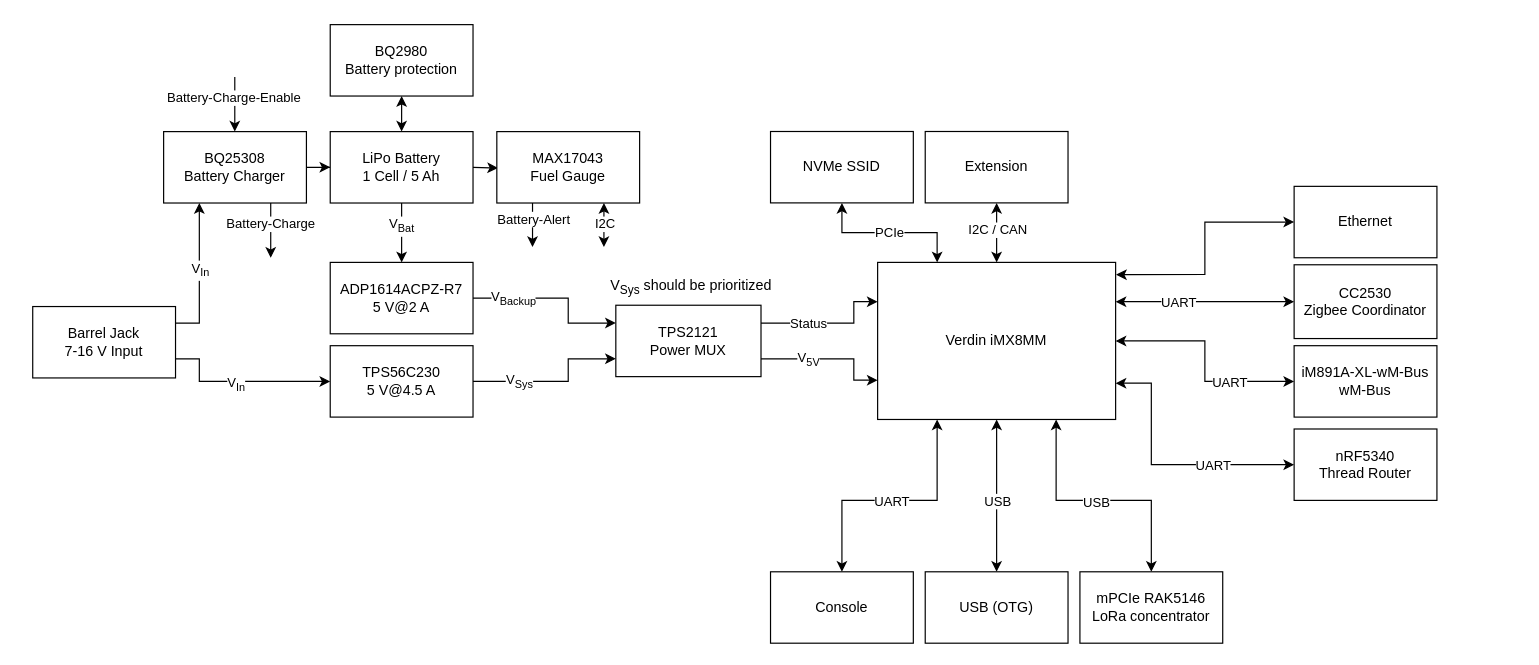
This is docs/IoT-Gateway.drawio from Kampi/IoT-Gateway, a draw.io file, before an edit. Source tidied: cells renumbered, new cells numbered last; positions are measured from the earlier drawing's top-left corner, leaving out a move shared by most shapes. Both pictures are drawn from the tidied source at 119%, with x=0, y=0 at pixel (32, 24).
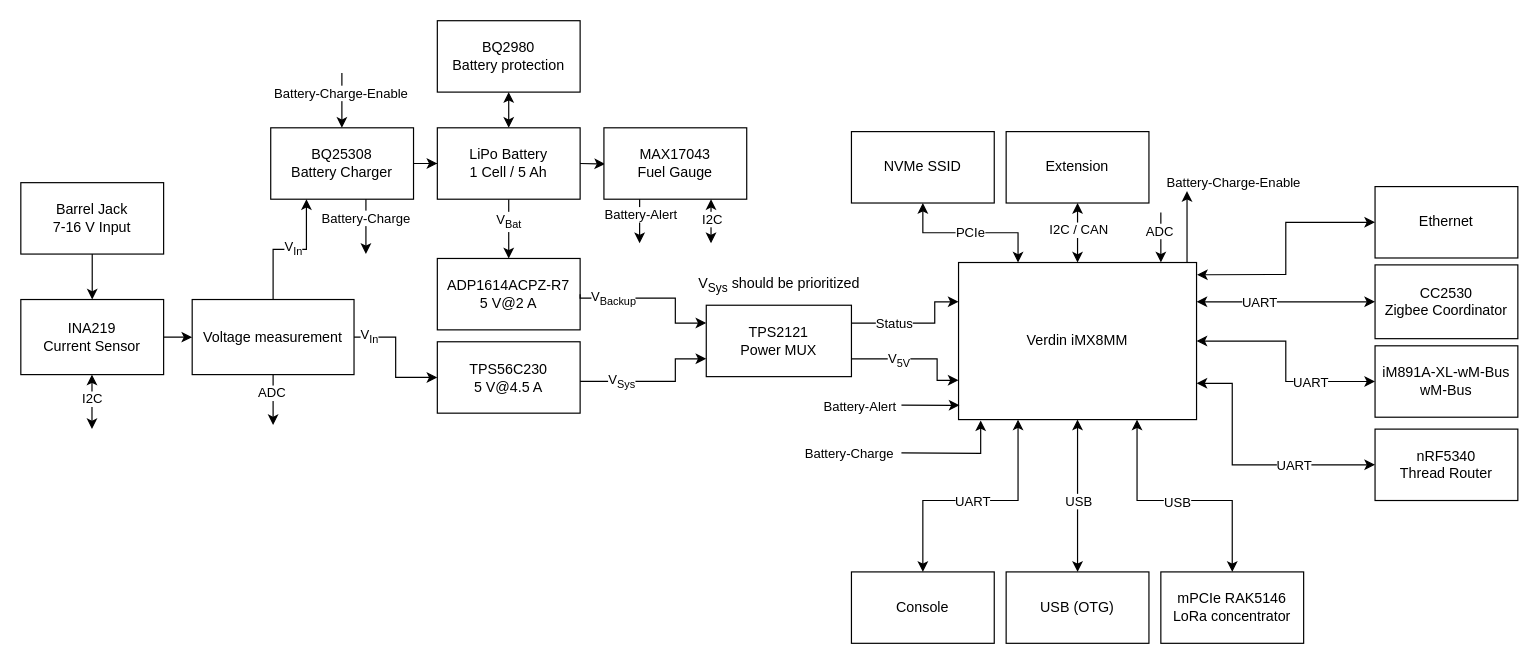
Above is the later version.

What changed in the source:
```diff
@@
     <mxCell id="2" style="edgeStyle=orthogonalEdgeStyle;rounded=0;jettySize=auto;html=1;entryX=0.5;entryY=0;entryDx=0;entryDy=0;startArrow=classic;startFill=1;exitX=0.75;exitY=1;exitDx=0;exitDy=0;" parent="1" edge="1" source="11" target="15">
       <mxGeometry relative="1" as="geometry">
         <Array as="points">
-          <mxPoint x="860" y="400" />
-          <mxPoint x="940" y="400" />
+          <mxPoint x="928" y="400.1" />
+          <mxPoint x="1008" y="400.1" />
         </Array>
       </mxGeometry>
     </mxCell>
@@
     <mxCell id="4" style="edgeStyle=orthogonalEdgeStyle;rounded=0;jettySize=auto;html=1;exitX=1.002;exitY=0.078;exitDx=0;exitDy=0;entryX=0;entryY=0.5;entryDx=0;entryDy=0;startArrow=classic;startFill=1;exitPerimeter=0;" parent="1" edge="1" source="11" target="18">
       <mxGeometry relative="1" as="geometry">
         <Array as="points">
-          <mxPoint x="920" y="210" />
-          <mxPoint x="985" y="210" />
-          <mxPoint x="985" y="166" />
+          <mxPoint x="988" y="210.1" />
+          <mxPoint x="1053" y="210.1" />
+          <mxPoint x="1053" y="166.1" />
         </Array>
       </mxGeometry>
     </mxCell>
     <mxCell id="5" style="edgeStyle=orthogonalEdgeStyle;rounded=0;jettySize=auto;html=1;exitX=1;exitY=0.25;exitDx=0;exitDy=0;entryX=0;entryY=0.5;entryDx=0;entryDy=0;startArrow=classic;startFill=1;" parent="1" edge="1" source="11" target="16">
       <mxGeometry relative="1" as="geometry">
         <Array as="points">
-          <mxPoint x="970" y="233" />
-          <mxPoint x="970" y="233" />
+          <mxPoint x="1038" y="233.1" />
+          <mxPoint x="1038" y="233.1" />
         </Array>
       </mxGeometry>
     </mxCell>
@@
     <mxCell id="7" style="edgeStyle=orthogonalEdgeStyle;rounded=0;jettySize=auto;html=1;exitX=1;exitY=0.5;exitDx=0;exitDy=0;startArrow=classic;startFill=1;entryX=0;entryY=0.5;entryDx=0;entryDy=0;" parent="1" edge="1" source="11" target="22">
       <mxGeometry relative="1" as="geometry">
         <Array as="points">
-          <mxPoint x="985" y="266" />
-          <mxPoint x="985" y="300" />
+          <mxPoint x="1053" y="266.1" />
+          <mxPoint x="1053" y="300.1" />
         </Array>
       </mxGeometry>
     </mxCell>
@@
     <mxCell id="11" value="Verdin iMX8MM" style="rounded=0;whiteSpace=wrap;html=1;strokeWidth=1;" parent="1" vertex="1">
-      <mxGeometry x="710" y="200" width="200" height="132" as="geometry" />
+      <mxGeometry x="778" y="200.1" width="200" height="132" as="geometry" />
     </mxCell>
@@
     <mxCell id="14" value="NVMe SSID" style="rounded=0;whiteSpace=wrap;html=1;strokeWidth=1;" parent="1" vertex="1">
-      <mxGeometry x="620" y="90" width="120" height="60" as="geometry" />
+      <mxGeometry x="688" y="90.1" width="120" height="60" as="geometry" />
     </mxCell>
     <mxCell id="15" value="mPCIe RAK5146&lt;br&gt;LoRa concentrator" style="rounded=0;whiteSpace=wrap;html=1;strokeWidth=1;" parent="1" vertex="1">
-      <mxGeometry x="880" y="460" width="120" height="60" as="geometry" />
+      <mxGeometry x="948" y="460.1" width="120" height="60" as="geometry" />
     </mxCell>
     <mxCell id="16" value="CC2530&lt;br&gt;Zigbee Coordinator" style="rounded=0;whiteSpace=wrap;html=1;strokeWidth=1;" parent="1" vertex="1">
-      <mxGeometry x="1060" y="202" width="120" height="62" as="geometry" />
+      <mxGeometry x="1128" y="202.1" width="120" height="62" as="geometry" />
     </mxCell>
     <mxCell id="17" value="nRF5340&lt;br&gt;Thread Router" style="rounded=0;whiteSpace=wrap;html=1;strokeWidth=1;" parent="1" vertex="1">
-      <mxGeometry x="1060" y="340" width="120" height="60" as="geometry" />
+      <mxGeometry x="1128" y="340.1" width="120" height="60" as="geometry" />
     </mxCell>
     <mxCell id="18" value="Ethernet" style="rounded=0;whiteSpace=wrap;html=1;strokeWidth=1;" parent="1" vertex="1">
-      <mxGeometry x="1060" y="136.1" width="120" height="60" as="geometry" />
+      <mxGeometry x="1128" y="136.3" width="120" height="60" as="geometry" />
     </mxCell>
@@
     <mxCell id="21" value="USB (OTG)" style="rounded=0;whiteSpace=wrap;html=1;strokeWidth=1;" parent="1" vertex="1">
-      <mxGeometry x="750" y="460" width="120" height="60" as="geometry" />
+      <mxGeometry x="818" y="460.1" width="120" height="60" as="geometry" />
     </mxCell>
     <mxCell id="22" value="iM891A-XL-wM-Bus&lt;br&gt;wM-Bus" style="rounded=0;whiteSpace=wrap;html=1;strokeWidth=1;" parent="1" vertex="1">
-      <mxGeometry x="1060" y="270" width="120" height="60" as="geometry" />
+      <mxGeometry x="1128" y="270.1" width="120" height="60" as="geometry" />
     </mxCell>
     <mxCell id="23" value="Console" style="rounded=0;whiteSpace=wrap;html=1;strokeWidth=1;" parent="1" vertex="1">
-      <mxGeometry x="620" y="460" width="120" height="60" as="geometry" />
+      <mxGeometry x="688" y="460.1" width="120" height="60" as="geometry" />
     </mxCell>
@@
     <mxCell id="25" value="BQ25308&lt;br&gt;Battery Charger" style="rounded=0;whiteSpace=wrap;html=1;" parent="1" vertex="1">
-      <mxGeometry x="110" y="90.1" width="120" height="60" as="geometry" />
+      <mxGeometry x="200" y="86.9" width="120" height="60" as="geometry" />
     </mxCell>
@@
     <mxCell id="29" value="LiPo Battery&lt;div&gt;1 Cell / 5 Ah&lt;/div&gt;" style="rounded=0;whiteSpace=wrap;html=1;" parent="1" vertex="1">
-      <mxGeometry x="250" y="90.1" width="120" height="60" as="geometry" />
+      <mxGeometry x="340" y="86.9" width="120" height="60" as="geometry" />
     </mxCell>
-    <mxCell id="30" style="edgeStyle=orthogonalEdgeStyle;rounded=0;jettySize=auto;html=1;entryX=0;entryY=0.5;entryDx=0;entryDy=0;exitX=1;exitY=0.75;exitDx=0;exitDy=0;" parent="1" edge="1" target="35">
-      <mxGeometry relative="1" as="geometry">
-        <mxPoint x="120" y="281.1" as="sourcePoint" />
-        <Array as="points">
-          <mxPoint x="140" y="281" />
-          <mxPoint x="140" y="300" />
-        </Array>
-      </mxGeometry>
-    </mxCell>
-    <mxCell id="31" value="V&lt;sub&gt;In&lt;/sub&gt;" style="edgeLabel;html=1;align=center;verticalAlign=middle;" parent="30" vertex="1">
-      <mxGeometry x="-0.63" relative="1" as="geometry">
-        <mxPoint x="30" y="13" as="offset" />
-      </mxGeometry>
-    </mxCell>
     <mxCell id="32" style="edgeStyle=orthogonalEdgeStyle;rounded=0;jettySize=auto;html=1;" parent="1" edge="1" target="43">
       <mxGeometry relative="1" as="geometry">
-        <mxPoint x="370" y="120.2" as="sourcePoint" />
+        <mxPoint x="460" y="116.9" as="sourcePoint" />
       </mxGeometry>
     </mxCell>
     <mxCell id="33" value="BQ2980&lt;br&gt;Battery protection" style="rounded=0;whiteSpace=wrap;html=1;" parent="1" vertex="1">
-      <mxGeometry x="250" y="0.2" width="120" height="60" as="geometry" />
+      <mxGeometry x="340" y="-3.1" width="120" height="60" as="geometry" />
     </mxCell>
     <mxCell id="34" value="&lt;span style=&quot;text-align: left;&quot;&gt;TPS2121&lt;br&gt;Power MUX&lt;/span&gt;" style="rounded=0;whiteSpace=wrap;html=1;" parent="1" vertex="1">
-      <mxGeometry x="490" y="236" width="122" height="60" as="geometry" />
+      <mxGeometry x="566" y="236" width="122" height="60" as="geometry" />
     </mxCell>
     <mxCell id="35" value="&lt;div style=&quot;&quot;&gt;&lt;span style=&quot;background-color: initial;&quot;&gt;TPS56C230&lt;br&gt;&lt;/span&gt;&lt;span style=&quot;background-color: initial;&quot;&gt;5 V@4.5 A&lt;/span&gt;&lt;/div&gt;" style="rounded=0;whiteSpace=wrap;html=1;align=center;" parent="1" vertex="1">
-      <mxGeometry x="250" y="270" width="120" height="60" as="geometry" />
+      <mxGeometry x="340" y="266.7" width="120" height="60" as="geometry" />
     </mxCell>
     <mxCell id="36" style="edgeStyle=orthogonalEdgeStyle;rounded=0;jettySize=auto;html=1;entryX=0;entryY=0.75;entryDx=0;entryDy=0;" parent="1" edge="1" source="35" target="34">
       <mxGeometry relative="1" as="geometry">
         <Array as="points">
-          <mxPoint x="450" y="300" />
-          <mxPoint x="450" y="281" />
+          <mxPoint x="540" y="300" />
+          <mxPoint x="540" y="281" />
         </Array>
       </mxGeometry>
     </mxCell>
@@
-    <mxCell id="38" style="edgeStyle=orthogonalEdgeStyle;rounded=0;jettySize=auto;html=1;startArrow=classic;startFill=1;endArrow=none;endFill=0;exitX=0.25;exitY=1;exitDx=0;exitDy=0;entryX=1;entryY=0.25;entryDx=0;entryDy=0;" parent="1" edge="1" source="25">
-      <mxGeometry relative="1" as="geometry">
-        <mxPoint x="120" y="251.1" as="targetPoint" />
-        <Array as="points">
-          <mxPoint x="140" y="251.1" />
-        </Array>
-      </mxGeometry>
-    </mxCell>
-    <mxCell id="39" value="V&lt;sub&gt;In&lt;/sub&gt;" style="edgeLabel;html=1;align=center;verticalAlign=middle;" parent="38" vertex="1">
-      <mxGeometry x="0.64" relative="1" as="geometry">
-        <mxPoint y="-43" as="offset" />
-      </mxGeometry>
-    </mxCell>
     <mxCell id="40" value="ADP1614ACPZ-R7&lt;br&gt;5 V@2 A" style="rounded=0;whiteSpace=wrap;html=1;" parent="1" vertex="1">
-      <mxGeometry x="250" y="200" width="120" height="60" as="geometry" />
+      <mxGeometry x="340" y="196.7" width="120" height="60" as="geometry" />
     </mxCell>
     <mxCell id="41" style="edgeStyle=orthogonalEdgeStyle;rounded=0;jettySize=auto;html=1;exitX=1;exitY=0.5;exitDx=0;exitDy=0;entryX=0;entryY=0.25;entryDx=0;entryDy=0;" parent="1" edge="1" source="40" target="34">
       <mxGeometry relative="1" as="geometry">
         <Array as="points">
-          <mxPoint x="450" y="230" />
-          <mxPoint x="450" y="251" />
+          <mxPoint x="540" y="230" />
+          <mxPoint x="540" y="251" />
         </Array>
       </mxGeometry>
     </mxCell>
@@
     <mxCell id="43" value="MAX17043&lt;br&gt;Fuel Gauge" style="rounded=0;whiteSpace=wrap;html=1;" parent="1" vertex="1">
-      <mxGeometry x="390" y="90.1" width="120" height="60" as="geometry" />
+      <mxGeometry x="480" y="86.9" width="120" height="60" as="geometry" />
     </mxCell>
     <mxCell id="44" style="endArrow=classic;html=1;rounded=0;exitX=0.5;exitY=1;exitDx=0;exitDy=0;" parent="1" edge="1">
       <mxGeometry relative="1" as="geometry">
-        <mxPoint x="420" y="150.1" as="sourcePoint" />
-        <mxPoint x="420" y="187.1" as="targetPoint" />
+        <mxPoint x="510" y="146.9" as="sourcePoint" />
+        <mxPoint x="510" y="183.9" as="targetPoint" />
       </mxGeometry>
     </mxCell>
@@
     <mxCell id="46" style="endArrow=classic;html=1;rounded=0;startArrow=classic;startFill=1;exitX=0.75;exitY=1;exitDx=0;exitDy=0;" parent="1" edge="1" source="43">
       <mxGeometry relative="1" as="geometry">
-        <mxPoint x="480" y="187.1" as="targetPoint" />
+        <mxPoint x="570" y="183.9" as="targetPoint" />
       </mxGeometry>
     </mxCell>
@@
-    <mxCell id="48" style="edgeStyle=orthogonalEdgeStyle;rounded=0;jettySize=auto;html=1;exitX=0.75;exitY=1;exitDx=0;exitDy=0;" parent="1" edge="1" source="25">
+    <mxCell id="48" style="edgeStyle=orthogonalEdgeStyle;rounded=0;orthogonalLoop=1;jettySize=auto;html=1;exitX=0.75;exitY=1;exitDx=0;exitDy=0;" parent="1" edge="1">
       <mxGeometry relative="1" as="geometry">
-        <mxPoint x="200" y="196.1" as="targetPoint" />
+        <mxPoint x="280" y="146.9" as="sourcePoint" />
+        <mxPoint x="280" y="192.9" as="targetPoint" />
       </mxGeometry>
     </mxCell>
     <mxCell id="49" value="Battery-Charge" style="edgeLabel;html=1;align=center;verticalAlign=middle;" parent="48" vertex="1">
-      <mxGeometry x="-0.25" y="-1" relative="1" as="geometry" />
+      <mxGeometry x="-0.25" y="-1" relative="1" as="geometry">
+        <mxPoint y="-1" as="offset" />
+      </mxGeometry>
     </mxCell>
     <mxCell id="50" value="V&lt;sub&gt;Sys&lt;/sub&gt; should be prioritized" style="text;html=1;align=center;verticalAlign=middle;strokeColor=none;fillColor=none;" parent="1" vertex="1">
-      <mxGeometry x="472.5" y="206.1" width="160" height="30" as="geometry" />
+      <mxGeometry x="547" y="204.4" width="160" height="30" as="geometry" />
     </mxCell>
     <mxCell id="51" style="edgeStyle=orthogonalEdgeStyle;rounded=0;jettySize=auto;html=1;exitX=1;exitY=0.25;exitDx=0;exitDy=0;entryX=0;entryY=0.25;entryDx=0;entryDy=0;" parent="1" edge="1" source="34" target="11">
       <mxGeometry relative="1" as="geometry">
         <Array as="points">
-          <mxPoint x="690" y="251" />
-          <mxPoint x="690" y="233" />
+          <mxPoint x="758" y="251" />
+          <mxPoint x="758" y="233" />
         </Array>
       </mxGeometry>
     </mxCell>
@@
-    <mxCell id="53" style="edgeStyle=orthogonalEdgeStyle;rounded=0;jettySize=auto;html=1;exitX=1;exitY=0.75;exitDx=0;exitDy=0;entryX=0;entryY=0.75;entryDx=0;entryDy=0;" parent="1" edge="1" source="34" target="11">
-      <mxGeometry relative="1" as="geometry">
-        <Array as="points">
-          <mxPoint x="690" y="281" />
-          <mxPoint x="690" y="299" />
-        </Array>
-      </mxGeometry>
-    </mxCell>
-    <mxCell id="54" value="V&lt;sub&gt;5V&lt;/sub&gt;" style="edgeLabel;html=1;align=center;verticalAlign=middle;" parent="53" vertex="1">
-      <mxGeometry x="-0.58" relative="1" as="geometry">
-        <mxPoint x="15" as="offset" />
-      </mxGeometry>
-    </mxCell>
     <mxCell id="55" style="edgeStyle=orthogonalEdgeStyle;rounded=0;orthogonalLoop=1;jettySize=auto;html=1;exitX=0.75;exitY=1;exitDx=0;exitDy=0;" parent="1" edge="1">
       <mxGeometry relative="1" as="geometry">
-        <mxPoint x="169.8" y="44.2" as="sourcePoint" />
-        <mxPoint x="169.8" y="90.1" as="targetPoint" />
+        <mxPoint x="259.8" y="40.9" as="sourcePoint" />
+        <mxPoint x="259.8" y="86.9" as="targetPoint" />
       </mxGeometry>
     </mxCell>
@@
     <mxCell id="57" style="edgeStyle=orthogonalEdgeStyle;rounded=0;jettySize=auto;html=1;startArrow=classic;startFill=1;entryX=0.25;entryY=1;entryDx=0;entryDy=0;exitX=0.5;exitY=0;exitDx=0;exitDy=0;" parent="1" edge="1" source="23" target="11">
       <mxGeometry relative="1" as="geometry">
         <Array as="points">
-          <mxPoint x="680" y="400" />
-          <mxPoint x="760" y="400" />
+          <mxPoint x="748" y="400.1" />
+          <mxPoint x="828" y="400.1" />
         </Array>
       </mxGeometry>
     </mxCell>
@@
+    <mxCell id="63" style="edgeStyle=orthogonalEdgeStyle;rounded=0;jettySize=auto;html=1;" parent="1" edge="1" source="59" target="66">
+      <mxGeometry relative="1" as="geometry" />
+    </mxCell>
     <mxCell id="59" value="Barrel Jack&lt;br&gt;7-16 V Input" style="rounded=0;whiteSpace=wrap;html=1;" parent="1" vertex="1">
-      <mxGeometry y="237.1" width="120" height="60" as="geometry" />
+      <mxGeometry x="-10" y="133" width="120" height="60" as="geometry" />
     </mxCell>
     <mxCell id="60" value="Extension" style="rounded=0;whiteSpace=wrap;html=1;strokeWidth=1;" parent="1" vertex="1">
-      <mxGeometry x="750" y="90" width="120" height="60" as="geometry" />
+      <mxGeometry x="818" y="90.1" width="120" height="60" as="geometry" />
     </mxCell>
     <mxCell id="61" style="edgeStyle=orthogonalEdgeStyle;rounded=0;jettySize=auto;html=1;exitX=0;exitY=0.5;exitDx=0;exitDy=0;entryX=1;entryY=0.769;entryDx=0;entryDy=0;entryPerimeter=0;startArrow=classic;startFill=1;" parent="1" edge="1" source="17" target="11">
       <mxGeometry relative="1" as="geometry">
         <Array as="points">
-          <mxPoint x="940" y="370" />
-          <mxPoint x="940" y="302" />
+          <mxPoint x="1008" y="370.1" />
+          <mxPoint x="1008" y="302.1" />
         </Array>
       </mxGeometry>
     </mxCell>
@@
+    <mxCell id="64" style="edgeStyle=orthogonalEdgeStyle;rounded=0;jettySize=auto;html=1;startArrow=classic;startFill=1;endArrow=none;endFill=0;entryX=1;entryY=0.75;entryDx=0;entryDy=0;exitX=0;exitY=0.75;exitDx=0;exitDy=0;" parent="1" edge="1" source="11" target="34">
+      <mxGeometry relative="1" as="geometry">
+        <Array as="points">
+          <mxPoint x="760" y="299" />
+          <mxPoint x="760" y="281" />
+        </Array>
+      </mxGeometry>
+    </mxCell>
+    <mxCell id="54" value="V&lt;sub&gt;5V&lt;/sub&gt;" style="edgeLabel;html=1;align=center;verticalAlign=middle;" parent="64" vertex="1">
+      <mxGeometry x="0.01" y="1" relative="1" as="geometry">
+        <mxPoint x="-14" as="offset" />
+      </mxGeometry>
+    </mxCell>
+    <mxCell id="65" style="edgeStyle=orthogonalEdgeStyle;rounded=0;jettySize=auto;html=1;" parent="1" edge="1" source="66" target="75">
+      <mxGeometry relative="1" as="geometry" />
+    </mxCell>
+    <mxCell id="66" value="INA219&lt;br&gt;Current Sensor" style="rounded=0;whiteSpace=wrap;html=1;" parent="1" vertex="1">
+      <mxGeometry x="-10" y="231.2" width="120" height="63.1" as="geometry" />
+    </mxCell>
+    <mxCell id="67" style="endArrow=classic;html=1;rounded=0;startArrow=classic;startFill=1;exitX=0.75;exitY=1;exitDx=0;exitDy=0;" parent="1" edge="1">
+      <mxGeometry relative="1" as="geometry">
+        <mxPoint x="49.8" y="294.3" as="sourcePoint" />
+        <mxPoint x="49.8" y="340.1" as="targetPoint" />
+      </mxGeometry>
+    </mxCell>
+    <mxCell id="68" value="I2C" style="edgeLabel;html=1;align=center;verticalAlign=middle;" parent="67" vertex="1">
+      <mxGeometry x="-0.3" relative="1" as="geometry">
+        <mxPoint y="4" as="offset" />
+      </mxGeometry>
+    </mxCell>
+    <mxCell id="69" style="edgeStyle=orthogonalEdgeStyle;rounded=0;jettySize=auto;html=1;" parent="1" edge="1" source="75">
+      <mxGeometry relative="1" as="geometry">
+        <mxPoint x="202" y="336.7" as="targetPoint" />
+      </mxGeometry>
+    </mxCell>
+    <mxCell id="70" value="ADC" style="edgeLabel;html=1;align=center;verticalAlign=middle;" parent="69" vertex="1">
+      <mxGeometry x="-0.29" y="-2" relative="1" as="geometry" />
+    </mxCell>
+    <mxCell id="71" style="edgeStyle=orthogonalEdgeStyle;rounded=0;jettySize=auto;html=1;" parent="1" edge="1" source="75" target="35">
+      <mxGeometry relative="1" as="geometry" />
+    </mxCell>
+    <mxCell id="72" value="V&lt;sub&gt;In&lt;/sub&gt;" style="edgeLabel;html=1;align=center;verticalAlign=middle;" parent="71" vertex="1">
+      <mxGeometry x="-0.76" relative="1" as="geometry" />
+    </mxCell>
+    <mxCell id="73" style="edgeStyle=orthogonalEdgeStyle;rounded=0;jettySize=auto;html=1;entryX=0.25;entryY=1;entryDx=0;entryDy=0;" parent="1" edge="1" source="75" target="25">
+      <mxGeometry relative="1" as="geometry" />
+    </mxCell>
+    <mxCell id="74" value="V&lt;sub&gt;In&lt;/sub&gt;" style="edgeLabel;html=1;align=center;verticalAlign=middle;" parent="73" vertex="1">
+      <mxGeometry x="0.05" y="1" relative="1" as="geometry" />
+    </mxCell>
+    <mxCell id="75" value="Voltage measurement" style="rounded=0;whiteSpace=wrap;html=1;" parent="1" vertex="1">
+      <mxGeometry x="134" y="231.2" width="136" height="63.1" as="geometry" />
+    </mxCell>
+    <mxCell id="76" style="edgeStyle=orthogonalEdgeStyle;rounded=0;orthogonalLoop=1;jettySize=auto;html=1;" parent="1" edge="1">
+      <mxGeometry relative="1" as="geometry">
+        <mxPoint x="948" y="158" as="sourcePoint" />
+        <mxPoint x="948" y="200" as="targetPoint" />
+      </mxGeometry>
+    </mxCell>
+    <mxCell id="77" value="ADC" style="edgeLabel;html=1;align=center;verticalAlign=middle;" parent="76" vertex="1">
+      <mxGeometry x="-0.29" y="-2" relative="1" as="geometry" />
+    </mxCell>
+    <mxCell id="78" style="endArrow=classic;html=1;rounded=0;entryX=0.004;entryY=0.909;entryDx=0;entryDy=0;entryPerimeter=0;" parent="1" edge="1" target="11">
+      <mxGeometry relative="1" as="geometry">
+        <mxPoint x="730" y="320" as="sourcePoint" />
+      </mxGeometry>
+    </mxCell>
+    <mxCell id="79" value="Battery-Alert" style="edgeLabel;html=1;align=center;verticalAlign=middle;" parent="78" vertex="1">
+      <mxGeometry x="-0.3" relative="1" as="geometry">
+        <mxPoint x="-52" as="offset" />
+      </mxGeometry>
+    </mxCell>
+    <mxCell id="80" style="edgeStyle=orthogonalEdgeStyle;rounded=0;jettySize=auto;html=1;entryX=0.093;entryY=1.005;entryDx=0;entryDy=0;entryPerimeter=0;" parent="1" edge="1" target="11">
+      <mxGeometry relative="1" as="geometry">
+        <mxPoint x="730" y="360" as="sourcePoint" />
+      </mxGeometry>
+    </mxCell>
+    <mxCell id="81" value="Battery-Charge" style="edgeLabel;html=1;align=center;verticalAlign=middle;" parent="80" vertex="1">
+      <mxGeometry x="-0.25" y="-1" relative="1" as="geometry">
+        <mxPoint x="-79" y="-1" as="offset" />
+      </mxGeometry>
+    </mxCell>
+    <mxCell id="82" style="edgeStyle=orthogonalEdgeStyle;rounded=0;orthogonalLoop=1;jettySize=auto;html=1;exitX=0.75;exitY=1;exitDx=0;exitDy=0;" parent="1" edge="1">
+      <mxGeometry relative="1" as="geometry">
+        <mxPoint x="970" y="200.1" as="sourcePoint" />
+        <mxPoint x="970" y="140.1" as="targetPoint" />
+      </mxGeometry>
+    </mxCell>
+    <mxCell id="83" value="Battery-Charge-Enable" style="edgeLabel;html=1;align=center;verticalAlign=middle;" parent="82" vertex="1">
+      <mxGeometry x="-0.25" y="-1" relative="1" as="geometry">
+        <mxPoint x="37" y="-45" as="offset" />
+      </mxGeometry>
+    </mxCell>
```
